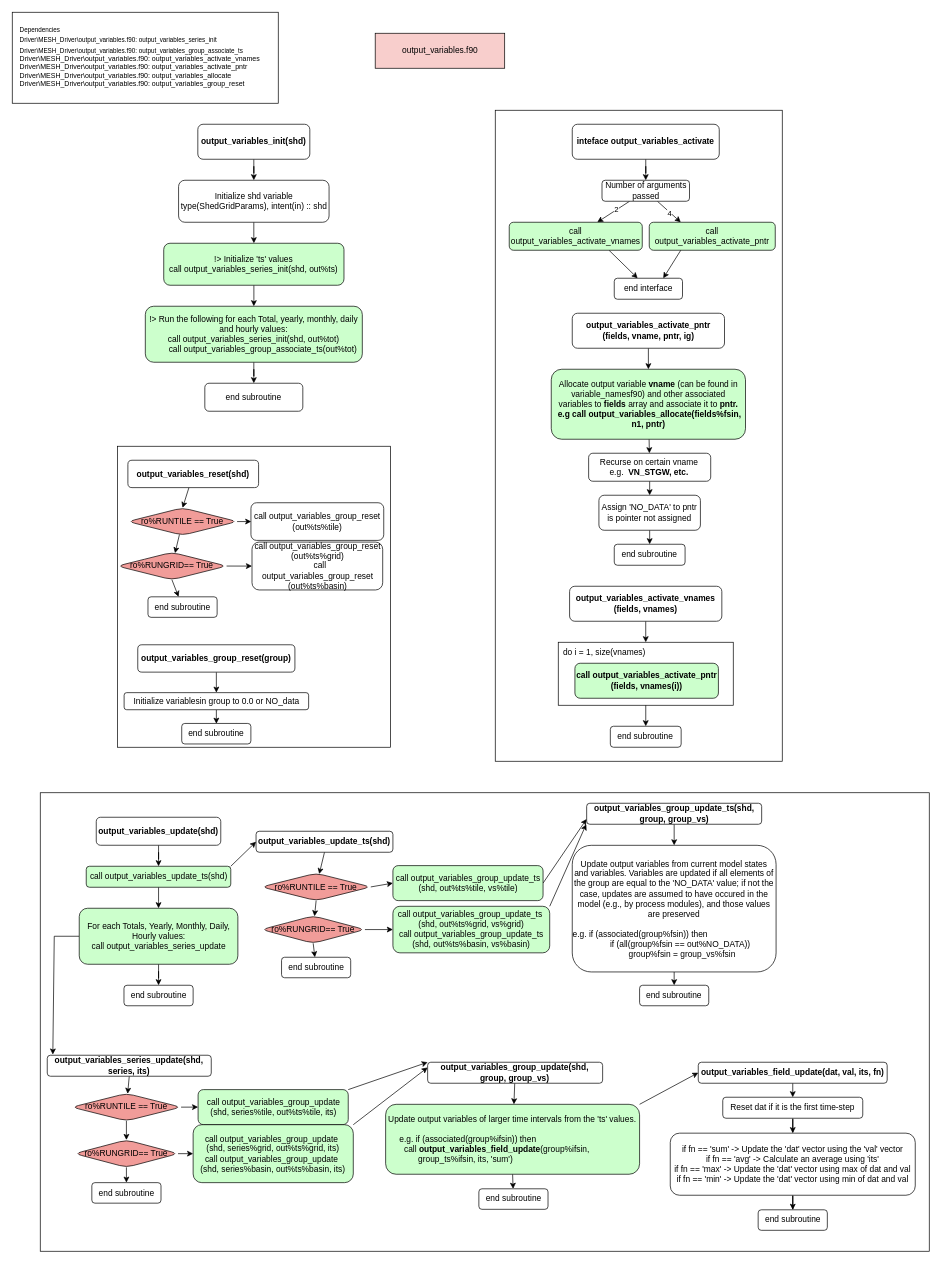
MeshMapping/r1749_Mappings keeps this draw.io diagram as output_variables.drawio. Above is the earlier version. Source tidied: cells renumbered, new cells numbered last; positions are measured from the earlier drawing's top-left corner, leaving out a move shared by most shapes. Both pictures are drawn from the tidied source at 70%, with x=0, y=0 at pixel (12, 12).
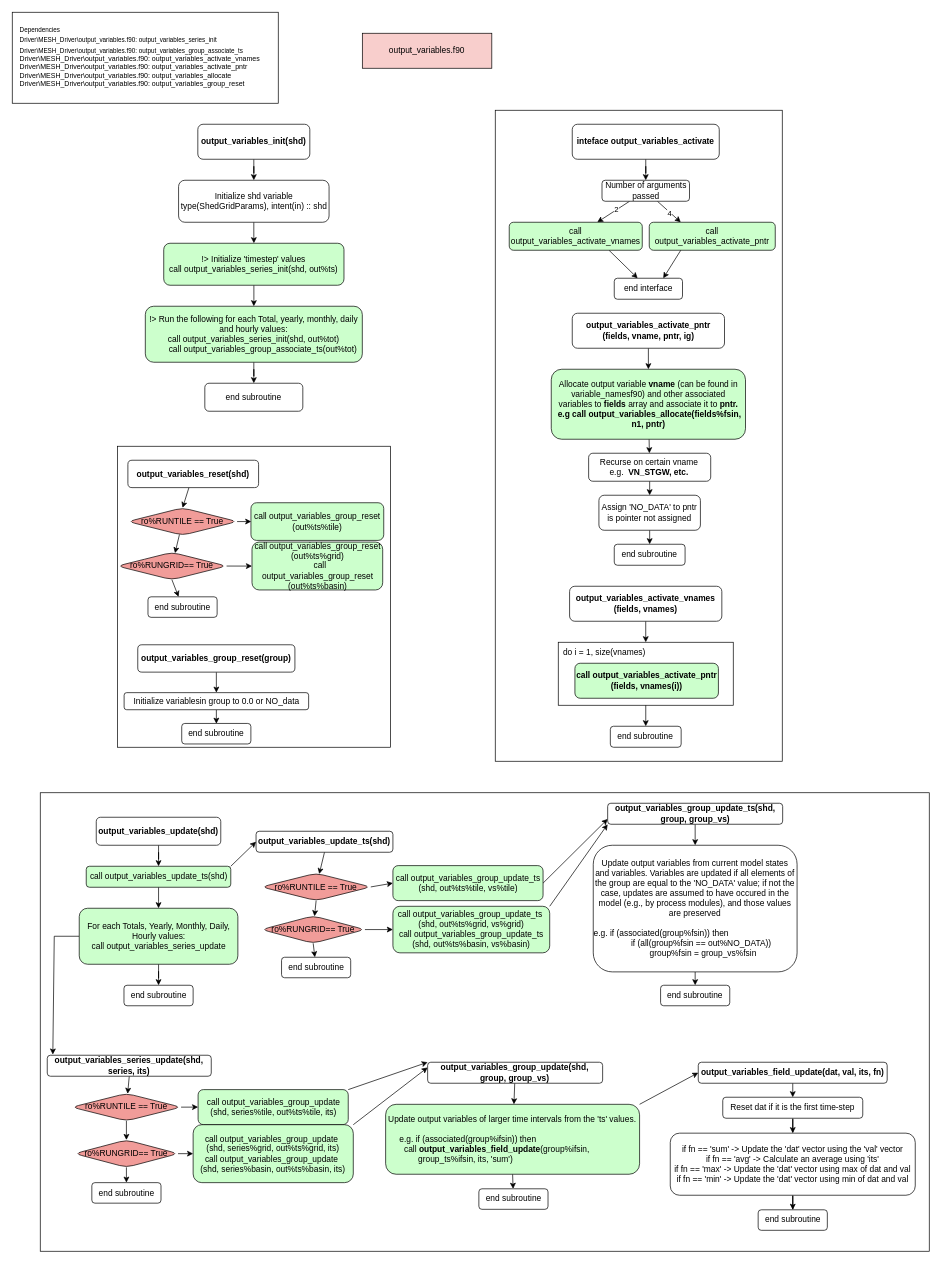
After the change.

Commit message:
Functions in outVariables file added

The change refers to these unchanged cells:
```xml
<mxCell id="15" style="group;" parent="1" vertex="1">
  <mxGeometry x="150" y="620" width="390.2" height="430" as="geometry" />
</mxCell>
<mxCell id="65" style="group;" parent="1" vertex="1">
  <mxGeometry x="40" y="1115" width="1270" height="655" as="geometry" />
</mxCell>
<mxCell id="88" value="&lt;div&gt;call output_variables_group_update_ts&amp;nbsp;&lt;/div&gt;&lt;div&gt;(shd, out%ts%grid, vs%grid)&lt;/div&gt;&lt;div&gt;call output_variables_group_update_ts (shd, out%ts%basin, vs%basin)&lt;/div&gt;" style="whiteSpace=wrap;html=1;fillColor=#CCFFCC;rounded=1;" parent="65" vertex="1">
  <mxGeometry x="503.8" y="162.2" width="224" height="66.5" as="geometry" />
</mxCell>
```

Diff of the diagram source:
```diff
@@
     <mxCell id="2" value="output_variables.f90" style="rounded=0;whiteSpace=wrap;html=1;fillColor=#F8CECC;" parent="1" vertex="1">
-      <mxGeometry x="518.5" y="30" width="185" height="50" as="geometry" />
+      <mxGeometry x="500.1" y="30" width="185" height="50" as="geometry" />
     </mxCell>
@@
-    <mxCell id="11" value="&lt;div&gt;&lt;span style=&quot;background-color: initial;&quot;&gt;!&amp;gt; Initialize 'ts' values&lt;/span&gt;&lt;/div&gt;&lt;div&gt;&lt;span style=&quot;background-color: initial;&quot;&gt;call output_variables_series_init(shd, out%ts)&lt;/span&gt;&lt;br&gt;&lt;/div&gt;" style="whiteSpace=wrap;html=1;rounded=1;fillColor=#CCFFCC;" parent="1" vertex="1">
+    <mxCell id="11" value="&lt;div&gt;&lt;span style=&quot;background-color: initial;&quot;&gt;!&amp;gt; Initialize 'timestep' values&lt;/span&gt;&lt;/div&gt;&lt;div&gt;&lt;span style=&quot;background-color: initial;&quot;&gt;call output_variables_series_init(shd, out%ts)&lt;/span&gt;&lt;br&gt;&lt;/div&gt;" style="whiteSpace=wrap;html=1;rounded=1;fillColor=#CCFFCC;" parent="1" vertex="1">
       <mxGeometry x="216.4" y="330" width="257.5" height="60" as="geometry" />
     </mxCell>
@@
-    <mxCell id="23" value="call output_variables_group_reset (out%ts%tile)" style="whiteSpace=wrap;html=1;fillColor=#FFFFFF;rounded=1;" parent="15" vertex="1">
+    <mxCell id="23" value="call output_variables_group_reset (out%ts%tile)" style="whiteSpace=wrap;html=1;fillColor=#CCFFCC;rounded=1;" parent="15" vertex="1">
       <mxGeometry x="191" y="80.7" width="189.7" height="53.8" as="geometry" />
     </mxCell>
@@
-    <mxCell id="27" value="&lt;div&gt;call output_variables_group_reset (out%ts%grid)&lt;/div&gt;&lt;div&gt;&amp;nbsp; call output_variables_group_reset (out%ts%basin)&lt;/div&gt;" style="whiteSpace=wrap;html=1;fillColor=#FFFFFF;rounded=1;" parent="15" vertex="1">
+    <mxCell id="27" value="&lt;div&gt;call output_variables_group_reset (out%ts%grid)&lt;/div&gt;&lt;div&gt;&amp;nbsp; call output_variables_group_reset (out%ts%basin)&lt;/div&gt;" style="whiteSpace=wrap;html=1;fillColor=#CCFFCC;rounded=1;" parent="15" vertex="1">
       <mxGeometry x="192.5" y="136.9" width="186.7" height="68.4" as="geometry" />
     </mxCell>
@@
-    <mxCell id="87" style="edgeStyle=none;rounded=0;jettySize=auto;html=1;exitX=1;exitY=0;exitDx=0;exitDy=0;" parent="65" edge="1" source="88">
-      <mxGeometry relative="1" as="geometry">
-        <mxPoint x="780" y="45" as="targetPoint" />
-      </mxGeometry>
+    <mxCell id="87" style="edgeStyle=none;rounded=0;jettySize=auto;html=1;exitX=1;exitY=0;exitDx=0;exitDy=0;entryX=0;entryY=1;entryDx=0;entryDy=0;" parent="65" edge="1" source="88" target="103">
+      <mxGeometry relative="1" as="geometry" />
     </mxCell>
@@
     <mxCell id="103" value="&lt;b&gt;output_variables_group_update_ts(shd, group, group_vs)&lt;/b&gt;" style="whiteSpace=wrap;html=1;rounded=1;fillColor=#FFFFFF;" parent="65" vertex="1">
-      <mxGeometry x="780.6" y="15" width="250" height="30" as="geometry" />
+      <mxGeometry x="810.6" y="15" width="250" height="30" as="geometry" />
     </mxCell>
@@
     <mxCell id="105" value="&lt;div&gt;Update output variables from current model states and variables.&amp;nbsp;&lt;span style=&quot;background-color: initial;&quot;&gt;Variables are updated if all elements of the group are equal to&amp;nbsp;&lt;/span&gt;&lt;span style=&quot;background-color: initial;&quot;&gt;the 'NO_DATA' value; if not the case, updates are assumed to&amp;nbsp;&lt;/span&gt;&lt;span style=&quot;background-color: initial;&quot;&gt;have occured in the model (e.g., by process modules), and those&amp;nbsp;&lt;/span&gt;&lt;span style=&quot;background-color: initial;&quot;&gt;values are preserved&lt;/span&gt;&lt;/div&gt;&lt;div&gt;&lt;span style=&quot;background-color: initial;&quot;&gt;&lt;br&gt;&lt;/span&gt;&lt;/div&gt;&lt;div style=&quot;text-align: left;&quot;&gt;&lt;span style=&quot;background-color: initial;&quot;&gt;e.g.&amp;nbsp;&lt;/span&gt;&lt;span style=&quot;background-color: initial;&quot;&gt;if (associated(group%fsin)) then&lt;/span&gt;&lt;/div&gt;&lt;div style=&quot;text-align: left;&quot;&gt;&amp;nbsp; &amp;nbsp; &amp;nbsp; &amp;nbsp; &amp;nbsp; &amp;nbsp; &lt;span style=&quot;white-space: pre;&quot;&gt;&#9;&lt;/span&gt;if (all(group%fsin == out%NO_DATA)) &lt;span style=&quot;white-space: pre;&quot;&gt;&#9;&lt;/span&gt;&lt;span style=&quot;white-space: pre;&quot;&gt;&#9;&lt;span style=&quot;white-space: pre;&quot;&gt;&#9;&lt;/span&gt;&lt;/span&gt;group%fsin = group_vs%fsin&lt;/div&gt;" style="whiteSpace=wrap;html=1;fillColor=#FFFFFF;rounded=1;" parent="65" vertex="1">
-      <mxGeometry x="760" y="75.1" width="291.2" height="180.9" as="geometry" />
+      <mxGeometry x="790" y="75" width="291.2" height="180.9" as="geometry" />
     </mxCell>
     <mxCell id="106" value="end subroutine" style="whiteSpace=wrap;html=1;rounded=1;fillColor=#FFFFFF;" parent="65" vertex="1">
-      <mxGeometry x="856.2" y="275" width="98.8" height="29.3" as="geometry" />
+      <mxGeometry x="886.2" y="275" width="98.8" height="29.3" as="geometry" />
     </mxCell>
```
